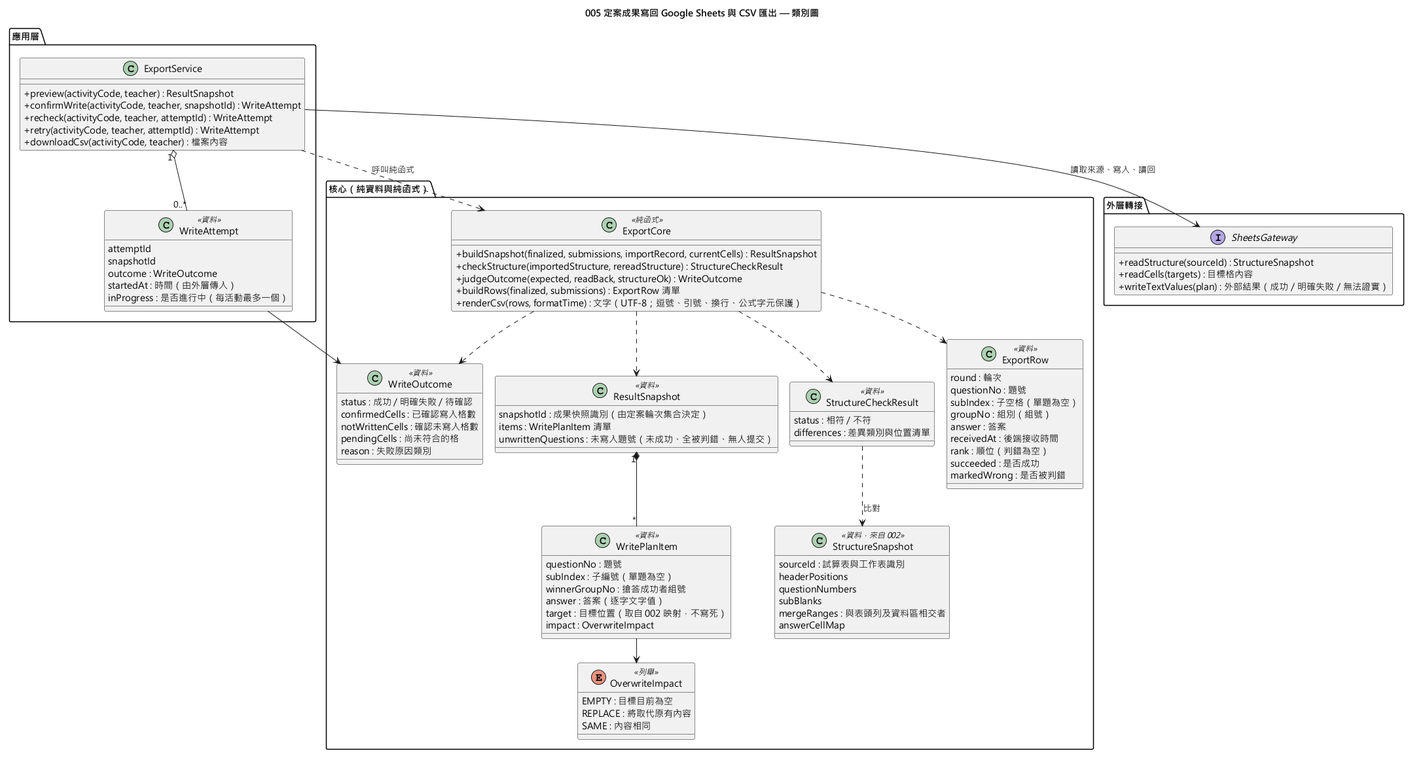
Above: diagrams/005-result-export-class.png in EricC430/lecture-answer-first_group16_speckit (PlantUML), before the change. Its diagram source:
```plantuml
@startuml 005-result-export-class
!pragma layout smetana
skinparam defaultFontName "Microsoft JhengHei"
skinparam classAttributeIconSize 0
title 005 定案成果寫回 Google Sheets 與 CSV 匯出 — 類別圖

package "核心（純資料與純函式）" {
  class ResultSnapshot <<資料>> {
    snapshotId : 成果快照識別（由定案輪次集合決定）
    items : WritePlanItem 清單
    unwrittenQuestions : 未寫入題號（未成功、全被判錯、無人提交）
  }

  class WritePlanItem <<資料>> {
    questionNo : 題號
    subIndex : 子編號（單題為空）
    winnerGroupNo : 搶答成功者組號
    answer : 答案（逐字文字值）
    target : 目標位置（取自 002 映射，不寫死）
    impact : OverwriteImpact
  }

  enum OverwriteImpact <<列舉>> {
    EMPTY : 目標目前為空
    REPLACE : 將取代原有內容
    SAME : 內容相同
  }

  class StructureSnapshot <<資料，來自 002>> {
    sourceId : 試算表與工作表識別
    headerPositions
    questionNumbers
    subBlanks
    mergeRanges : 與表頭列及資料區相交者
    answerCellMap
  }

  class StructureCheckResult <<資料>> {
    status : 相符 / 不符
    differences : 差異類別與位置清單
  }

  class WriteOutcome <<資料>> {
    status : 成功 / 明確失敗 / 待確認
    confirmedCells : 已確認寫入格數
    notWrittenCells : 確認未寫入格數
    pendingCells : 尚未符合的格
    reason : 失敗原因類別
  }

  class ExportRow <<資料>> {
    round : 輪次
    questionNo : 題號
    subIndex : 子空格（單題為空）
    groupNo : 組別（組號）
    answer : 答案
    receivedAt : 後端接收時間
    rank : 順位（判錯為空）
    succeeded : 是否成功
    markedWrong : 是否被判錯
  }

  class ExportCore <<純函式>> {
    +buildSnapshot(finalized, submissions, importRecord, currentCells) : ResultSnapshot
    +checkStructure(importedStructure, rereadStructure) : StructureCheckResult
    +judgeOutcome(expected, readBack, structureOk) : WriteOutcome
    +buildRows(finalized, submissions) : ExportRow 清單
    +renderCsv(rows, formatTime) : 文字（UTF-8；逗號、引號、換行、公式字元保護）
  }
}

package "應用層" {
  class ExportService {
    +preview(activityCode, teacher) : ResultSnapshot
    +confirmWrite(activityCode, teacher, snapshotId) : WriteAttempt
    +recheck(activityCode, teacher, attemptId) : WriteAttempt
    +retry(activityCode, teacher, attemptId) : WriteAttempt
    +downloadCsv(activityCode, teacher) : 檔案內容
  }

  class WriteAttempt <<資料>> {
    attemptId
    snapshotId
    outcome : WriteOutcome
    startedAt : 時間（由外層傳入）
    inProgress : 是否進行中（每活動最多一個）
  }
}

package "外層轉接" {
  interface SheetsGateway {
    +readStructure(sourceId) : StructureSnapshot
    +readCells(targets) : 目標格內容
    +writeTextValues(plan) : 外部結果（成功／明確失敗／無法證實）
  }
}

ExportCore ..> ResultSnapshot
ExportCore ..> StructureCheckResult
ExportCore ..> WriteOutcome
ExportCore ..> ExportRow
ResultSnapshot "1" *-- "*" WritePlanItem
WritePlanItem --> OverwriteImpact
StructureCheckResult ..> StructureSnapshot : 比對
ExportService ..> ExportCore : 呼叫純函式
ExportService --> SheetsGateway : 讀取來源、寫入、讀回
ExportService "1" o-- "0..*" WriteAttempt
WriteAttempt --> WriteOutcome
@enduml
```
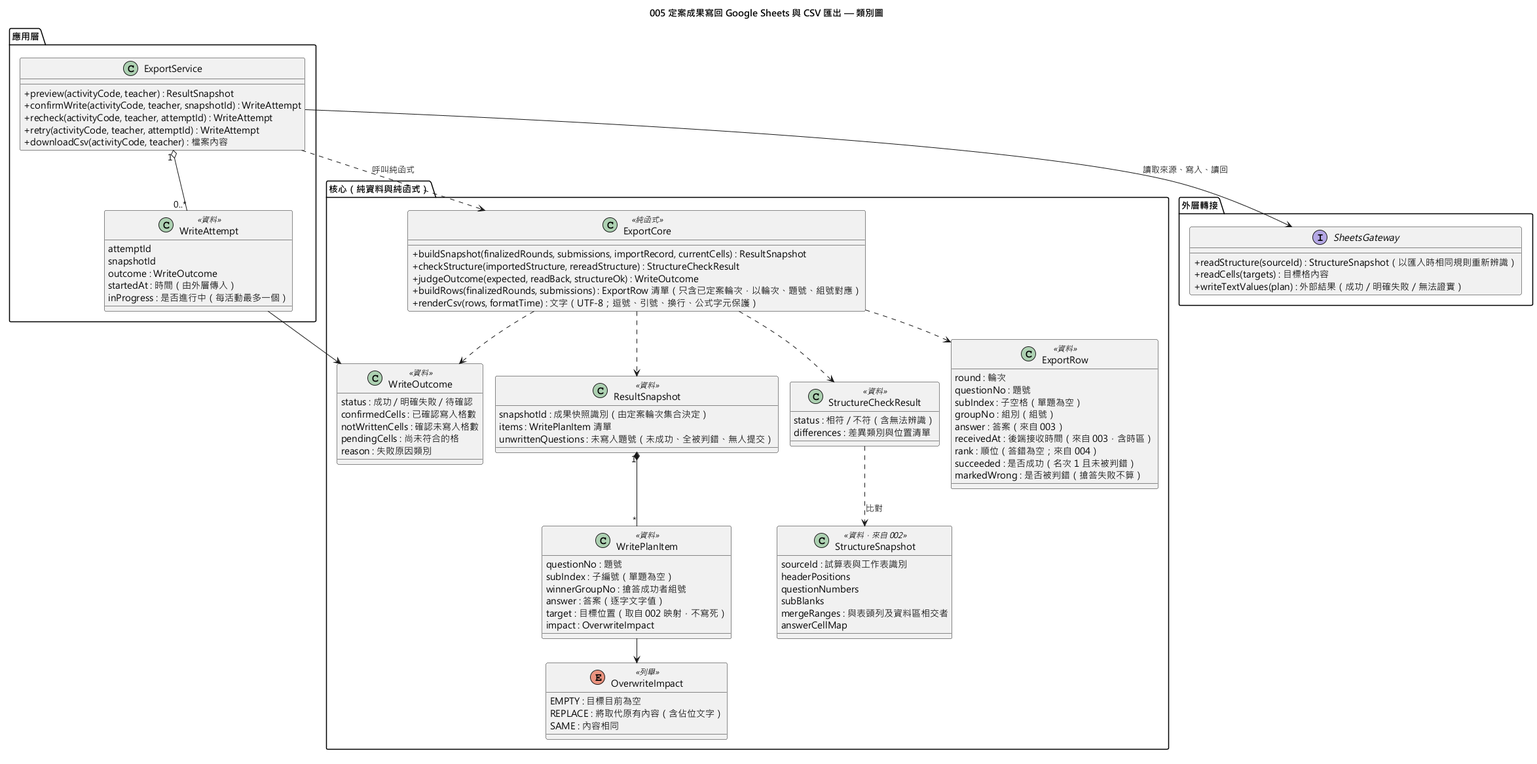
Later version of the same file.

What changed in the source:
```diff
@@ -22,7 +22,7 @@
 
   enum OverwriteImpact <<列舉>> {
     EMPTY : 目標目前為空
-    REPLACE : 將取代原有內容
+    REPLACE : 將取代原有內容（含佔位文字）
     SAME : 內容相同
   }
 
@@ -36,7 +36,7 @@
   }
 
   class StructureCheckResult <<資料>> {
-    status : 相符 / 不符
+    status : 相符 / 不符（含無法辨識）
     differences : 差異類別與位置清單
   }
 
@@ -53,18 +53,18 @@
     questionNo : 題號
     subIndex : 子空格（單題為空）
     groupNo : 組別（組號）
-    answer : 答案
-    receivedAt : 後端接收時間
-    rank : 順位（判錯為空）
-    succeeded : 是否成功
-    markedWrong : 是否被判錯
+    answer : 答案（來自 003）
+    receivedAt : 後端接收時間（來自 003，含時區）
+    rank : 順位（答錯為空；來自 004）
+    succeeded : 是否成功（名次 1 且未被判錯）
+    markedWrong : 是否被判錯（搶答失敗不算）
   }
 
   class ExportCore <<純函式>> {
-    +buildSnapshot(finalized, submissions, importRecord, currentCells) : ResultSnapshot
+    +buildSnapshot(finalizedRounds, submissions, importRecord, currentCells) : ResultSnapshot
     +checkStructure(importedStructure, rereadStructure) : StructureCheckResult
     +judgeOutcome(expected, readBack, structureOk) : WriteOutcome
-    +buildRows(finalized, submissions) : ExportRow 清單
+    +buildRows(finalizedRounds, submissions) : ExportRow 清單（只含已定案輪次，以輪次、題號、組號對應）
     +renderCsv(rows, formatTime) : 文字（UTF-8；逗號、引號、換行、公式字元保護）
   }
 }
@@ -89,7 +89,7 @@
 
 package "外層轉接" {
   interface SheetsGateway {
-    +readStructure(sourceId) : StructureSnapshot
+    +readStructure(sourceId) : StructureSnapshot（以匯入時相同規則重新辨識）
     +readCells(targets) : 目標格內容
     +writeTextValues(plan) : 外部結果（成功／明確失敗／無法證實）
   }
```
